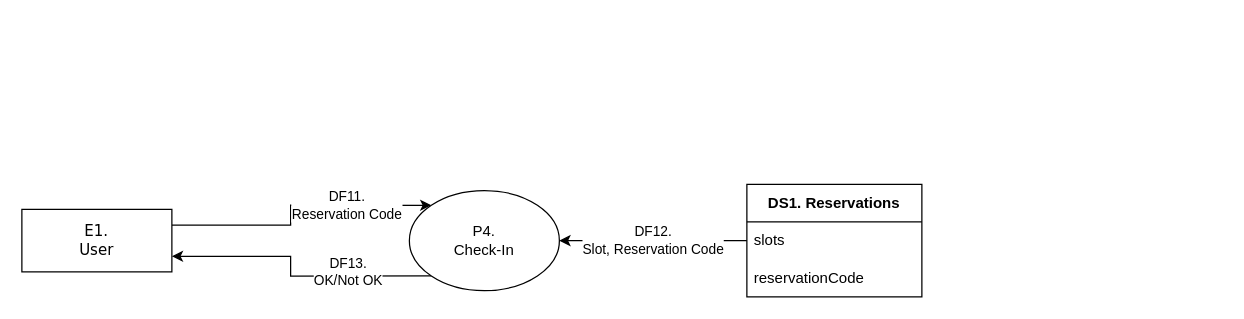
Earlier version of the draw.io diagram page "P4" (5 of 6) of PETS/PETS_Project1_DFD.drawio (Tobi2K/diagrams.net). Source tidied: cells renumbered, new cells numbered last; positions are measured from the earlier drawing's top-left corner, leaving out a move shared by most shapes. Both pictures are drawn from the tidied source at 125%, with x=0, y=0 at pixel (21, 184).
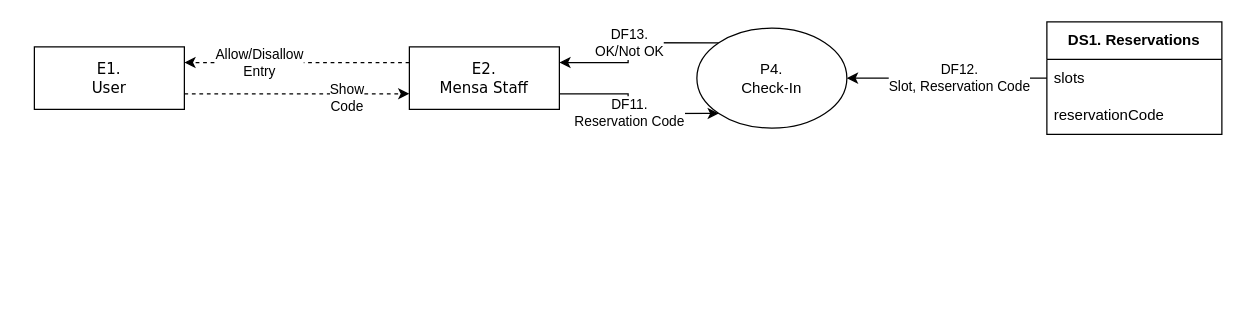
The same diagram, later.

What changed in the source:
```diff
@@
 <mxGraphModel>
   <root>
     <mxCell id="0" />
     <mxCell id="1" parent="0" />
+    <mxCell id="3" value="&lt;div&gt;E1. &lt;br&gt;&lt;/div&gt;&lt;div&gt;User&lt;/div&gt;" style="whiteSpace=wrap;html=1;rounded=0;shadow=0;comic=0;labelBackgroundColor=none;strokeWidth=1;fontFamily=Verdana;fontSize=12;align=center;" parent="1" vertex="1">
+      <mxGeometry x="10" y="-110" width="120" height="50" as="geometry" />
+    </mxCell>
+    <mxCell id="10" value="&lt;div&gt;Allow/Disallow&lt;/div&gt;&lt;div&gt;Entry&lt;/div&gt;" style="edgeStyle=orthogonalEdgeStyle;rounded=0;jettySize=auto;html=1;exitX=0;exitY=0.25;exitDx=0;exitDy=0;entryX=1;entryY=0.25;entryDx=0;entryDy=0;dashed=1;" parent="1" edge="1" source="11" target="3">
+      <mxGeometry x="0.33" relative="1" as="geometry" />
+    </mxCell>
-    <mxCell id="2" value="&lt;div&gt;DF11. &lt;br&gt;&lt;/div&gt;&lt;div&gt;Reservation Code&lt;br&gt;&lt;/div&gt;" style="edgeStyle=orthogonalEdgeStyle;rounded=0;jettySize=auto;html=1;exitX=1;exitY=0.25;exitDx=0;exitDy=0;entryX=0;entryY=0;entryDx=0;entryDy=0;" parent="1" edge="1" source="3" target="6">
-      <mxGeometry x="0.4" relative="1" as="geometry" />
+    <mxCell id="2" value="&lt;div&gt;DF11. &lt;br&gt;&lt;/div&gt;&lt;div&gt;Reservation Code&lt;br&gt;&lt;/div&gt;" style="edgeStyle=orthogonalEdgeStyle;rounded=0;jettySize=auto;html=1;exitX=1;exitY=0.75;exitDx=0;exitDy=0;entryX=0;entryY=1;entryDx=0;entryDy=0;" parent="1" edge="1" source="11" target="6">
+      <mxGeometry relative="1" as="geometry" />
     </mxCell>
-    <mxCell id="3" value="&lt;div&gt;E1. &lt;br&gt;&lt;/div&gt;&lt;div&gt;User&lt;/div&gt;" style="whiteSpace=wrap;html=1;rounded=0;shadow=0;comic=0;labelBackgroundColor=none;strokeWidth=1;fontFamily=Verdana;fontSize=12;align=center;" parent="1" vertex="1">
-      <mxGeometry y="20" width="120" height="50" as="geometry" />
-    </mxCell>
-    <mxCell id="4" value="&lt;div&gt;DF12.&lt;/div&gt;&lt;div&gt;Slot, Reservation Code&lt;br&gt;&lt;/div&gt;" style="edgeStyle=orthogonalEdgeStyle;rounded=0;jettySize=auto;html=1;entryX=1;entryY=0.5;entryDx=0;entryDy=0;exitX=0;exitY=0.5;exitDx=0;exitDy=0;" parent="1" edge="1" source="8" target="6">
-      <mxGeometry relative="1" as="geometry" />
-    </mxCell>
+    <mxCell id="11" value="&lt;div&gt;E2. &lt;br&gt;&lt;/div&gt;&lt;div&gt;Mensa Staff&lt;/div&gt;" style="whiteSpace=wrap;html=1;rounded=0;shadow=0;comic=0;labelBackgroundColor=none;strokeWidth=1;fontFamily=Verdana;fontSize=12;align=center;" parent="1" vertex="1">
+      <mxGeometry x="310" y="-110" width="120" height="50" as="geometry" />
+    </mxCell>
+    <mxCell id="12" value="Show&lt;br&gt;Code" style="edgeStyle=orthogonalEdgeStyle;rounded=0;jettySize=auto;html=1;exitX=1;exitY=0.75;exitDx=0;exitDy=0;entryX=0;entryY=0.75;entryDx=0;entryDy=0;dashed=1;" parent="1" edge="1" source="3" target="11">
+      <mxGeometry x="0.44" y="-2" relative="1" as="geometry">
+        <mxPoint y="1" as="offset" />
+      </mxGeometry>
+    </mxCell>
-    <mxCell id="5" value="&lt;div&gt;DF13.&lt;/div&gt;&lt;div&gt;OK/Not OK&lt;/div&gt;" style="edgeStyle=orthogonalEdgeStyle;rounded=0;jettySize=auto;html=1;exitX=0;exitY=1;exitDx=0;exitDy=0;entryX=1;entryY=0.75;entryDx=0;entryDy=0;" parent="1" edge="1" source="6" target="3">
-      <mxGeometry x="-0.4" y="-3" relative="1" as="geometry" />
+    <mxCell id="5" value="&lt;div&gt;DF13.&lt;/div&gt;&lt;div&gt;OK/Not OK&lt;/div&gt;" style="edgeStyle=orthogonalEdgeStyle;rounded=0;jettySize=auto;html=1;exitX=0;exitY=0;exitDx=0;exitDy=0;entryX=1;entryY=0.25;entryDx=0;entryDy=0;" parent="1" edge="1" source="6" target="11">
+      <mxGeometry relative="1" as="geometry" />
     </mxCell>
     <mxCell id="6" value="&lt;div&gt;P4.&lt;/div&gt;&lt;div&gt;Check-In&lt;/div&gt;" style="ellipse;whiteSpace=wrap;html=1;" parent="1" vertex="1">
-      <mxGeometry x="310" y="5" width="120" height="80" as="geometry" />
+      <mxGeometry x="540" y="-125" width="120" height="80" as="geometry" />
     </mxCell>
+    <mxCell id="4" value="&lt;div&gt;DF12.&lt;/div&gt;&lt;div&gt;Slot, Reservation Code&lt;br&gt;&lt;/div&gt;" style="edgeStyle=orthogonalEdgeStyle;rounded=0;jettySize=auto;html=1;entryX=1;entryY=0.5;entryDx=0;entryDy=0;exitX=0;exitY=0.5;exitDx=0;exitDy=0;" parent="1" edge="1" source="8" target="6">
+      <mxGeometry x="-0.12" relative="1" as="geometry" />
+    </mxCell>
     <mxCell id="7" value="&lt;b&gt;DS1. Reservations&lt;br&gt;&lt;/b&gt;" style="swimlane;fontStyle=0;horizontal=1;startSize=30;whiteSpace=wrap;html=1;" parent="1" vertex="1">
-      <mxGeometry x="580" width="140" height="90" as="geometry" />
+      <mxGeometry x="820" y="-130" width="140" height="90" as="geometry" />
     </mxCell>
     <mxCell id="8" value="slots" style="text;strokeColor=none;fillColor=none;align=left;verticalAlign=middle;spacingLeft=4;spacingRight=4;overflow=hidden;points=[[0,0.5],[1,0.5]];portConstraint=eastwest;whiteSpace=wrap;html=1;" parent="7" vertex="1">
       <mxGeometry y="30" width="140" height="30" as="geometry" />
     </mxCell>
     <mxCell id="9" value="reservationCode" style="text;strokeColor=none;fillColor=none;align=left;verticalAlign=middle;spacingLeft=4;spacingRight=4;overflow=hidden;whiteSpace=wrap;html=1;" parent="7" vertex="1">
       <mxGeometry y="60" width="140" height="30" as="geometry" />
     </mxCell>
   </root>
 </mxGraphModel>
```
